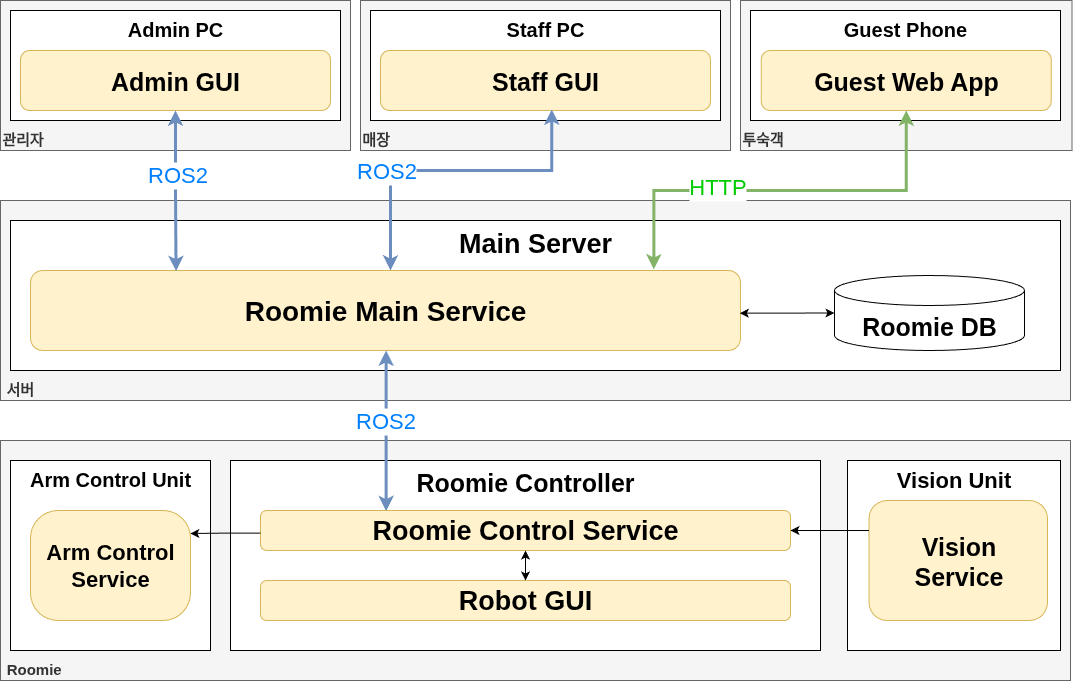
Earlier version of the draw.io export docs/architecture/software_architecture.png (jinhyuk2me/Roomie). Source tidied: cells renumbered, new cells last; positions are measured from the earlier drawing's top-left corner, leaving out a move shared by most shapes.
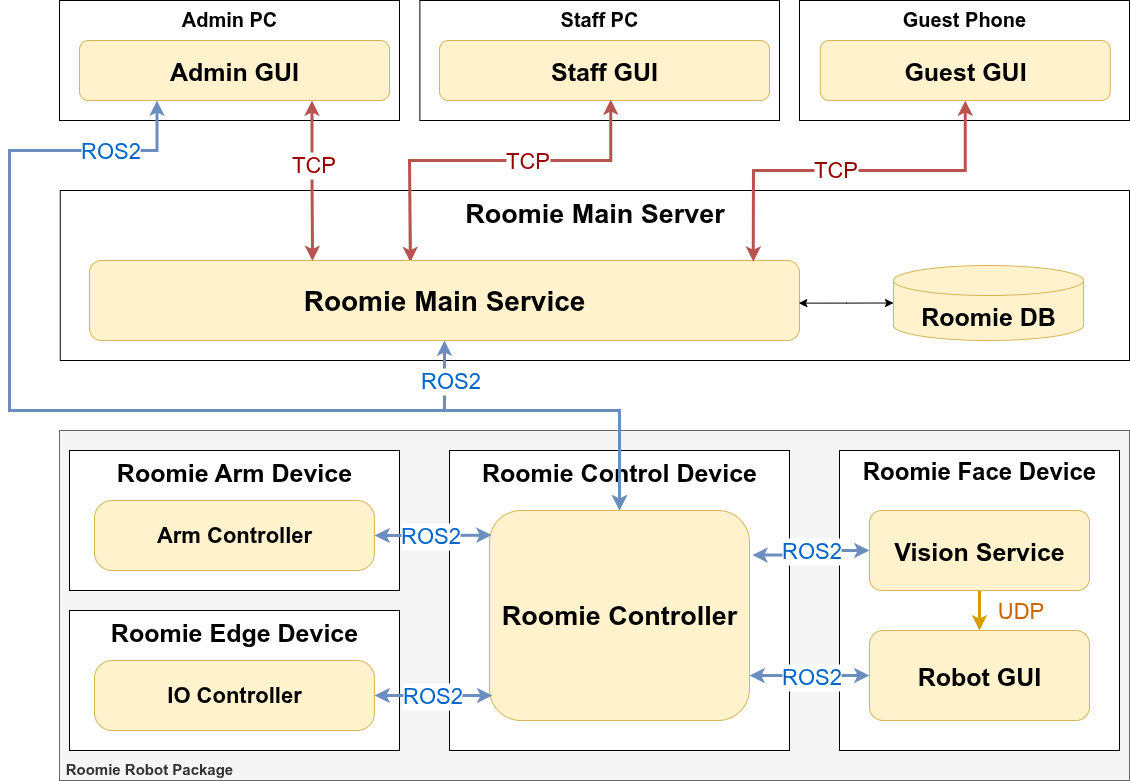
The same file after the commit.

What changed in the source:
```diff
@@ -2,128 +2,167 @@
   <root>
     <mxCell id="0" />
     <mxCell id="1" parent="0" />
-    <mxCell id="2" value="&lt;font style=&quot;font-size: 15px;&quot;&gt;&lt;span&gt;&amp;nbsp;&lt;/span&gt;&lt;/font&gt;&lt;div&gt;&lt;font style=&quot;font-size: 15px;&quot;&gt;&lt;span&gt;&amp;nbsp;Roomie&lt;/span&gt;&lt;/font&gt;&lt;/div&gt;" style="rounded=0;whiteSpace=wrap;html=1;verticalAlign=bottom;align=left;fillColor=#f5f5f5;strokeColor=#666666;fontStyle=1;fontColor=#333333;" parent="1" vertex="1">
-      <mxGeometry y="440" width="1070" height="240" as="geometry" />
-    </mxCell>
-    <mxCell id="3" value="Roomie Controller" style="rounded=1;whiteSpace=wrap;html=1;verticalAlign=top;fontSize=25;fontStyle=1;arcSize=0;" parent="1" vertex="1">
-      <mxGeometry x="230" y="460" width="590" height="190" as="geometry" />
-    </mxCell>
-    <mxCell id="4" value="Robot GUI" style="rounded=1;whiteSpace=wrap;html=1;verticalAlign=middle;fillColor=#fff2cc;strokeColor=#d6b656;fontStyle=1;fontSize=27;" parent="1" vertex="1">
-      <mxGeometry x="260" y="580" width="530" height="40" as="geometry" />
-    </mxCell>
-    <mxCell id="5" value="&lt;span style=&quot;font-size: 15px;&quot;&gt;매장&lt;/span&gt;" style="rounded=0;whiteSpace=wrap;html=1;verticalAlign=bottom;align=left;fillColor=#f5f5f5;strokeColor=#666666;fontStyle=1;fontColor=#333333;" parent="1" vertex="1">
-      <mxGeometry x="360" width="370" height="150" as="geometry" />
-    </mxCell>
-    <mxCell id="6" value="&lt;span style=&quot;font-size: 15px;&quot;&gt;투숙객&lt;/span&gt;" style="rounded=0;whiteSpace=wrap;html=1;verticalAlign=bottom;align=left;fillColor=#f5f5f5;strokeColor=#666666;fontStyle=1;fontColor=#333333;" parent="1" vertex="1">
-      <mxGeometry x="740" width="331.5" height="150" as="geometry" />
-    </mxCell>
-    <mxCell id="7" value="&lt;font style=&quot;font-size: 15px;&quot;&gt;&lt;span&gt;관리자&lt;/span&gt;&lt;/font&gt;" style="rounded=0;whiteSpace=wrap;html=1;verticalAlign=bottom;align=left;fillColor=#f5f5f5;strokeColor=#666666;fontStyle=1;fontColor=#333333;" parent="1" vertex="1">
-      <mxGeometry width="350" height="150" as="geometry" />
-    </mxCell>
-    <mxCell id="8" value="&lt;font style=&quot;font-size: 15px;&quot;&gt;&lt;span&gt;&amp;nbsp;서버&lt;/span&gt;&lt;/font&gt;" style="rounded=0;whiteSpace=wrap;html=1;verticalAlign=bottom;align=left;fillColor=#f5f5f5;strokeColor=#666666;fontStyle=1;fontColor=#333333;" parent="1" vertex="1">
-      <mxGeometry y="200" width="1070" height="200" as="geometry" />
-    </mxCell>
-    <mxCell id="9" value="Main Server" style="rounded=1;whiteSpace=wrap;html=1;verticalAlign=top;fontSize=27;fontStyle=1;arcSize=0;" parent="1" vertex="1">
-      <mxGeometry x="10" y="220" width="1050" height="150" as="geometry" />
-    </mxCell>
+    <mxCell id="35" value="&lt;font style=&quot;font-size: 15px;&quot;&gt;&lt;span&gt;&amp;nbsp;&lt;/span&gt;&lt;/font&gt;&lt;div&gt;&lt;font style=&quot;font-size: 15px;&quot;&gt;&lt;span&gt;&amp;nbsp;Roomie Robot Package&lt;/span&gt;&lt;/font&gt;&lt;/div&gt;" style="rounded=0;whiteSpace=wrap;html=1;verticalAlign=bottom;align=left;fillColor=#f5f5f5;strokeColor=#666666;fontStyle=1;fontColor=#333333;" parent="1" vertex="1">
+      <mxGeometry x="180" y="570" width="1070" height="350" as="geometry" />
+    </mxCell>
+    <mxCell id="36" value="Roomie Control Device" style="rounded=1;whiteSpace=wrap;html=1;verticalAlign=top;fontSize=25;fontStyle=1;arcSize=0;" parent="1" vertex="1">
+      <mxGeometry x="570" y="590" width="340" height="300" as="geometry" />
+    </mxCell>
+    <mxCell id="37" value="Roomie Main Server" style="rounded=1;whiteSpace=wrap;html=1;verticalAlign=top;fontSize=27;fontStyle=1;arcSize=0;" parent="1" vertex="1">
+      <mxGeometry x="180.8" y="330" width="1069.2" height="170" as="geometry" />
+    </mxCell>
     <mxCell id="10" value="Admin PC" style="rounded=1;whiteSpace=wrap;html=1;verticalAlign=top;fontSize=20;fontStyle=1;arcSize=0;" parent="1" vertex="1">
-      <mxGeometry x="10" y="10" width="330" height="110" as="geometry" />
+      <mxGeometry x="180" y="140" width="340" height="120" as="geometry" />
     </mxCell>
     <mxCell id="11" value="Staff PC" style="rounded=1;whiteSpace=wrap;html=1;verticalAlign=top;fontSize=20;fontStyle=1;arcSize=0;" parent="1" vertex="1">
-      <mxGeometry x="370" y="10" width="350" height="110" as="geometry" />
+      <mxGeometry x="540.4" y="140" width="359.6" height="120" as="geometry" />
     </mxCell>
     <mxCell id="12" value="Guest Phone" style="rounded=1;whiteSpace=wrap;html=1;verticalAlign=top;fontSize=20;fontStyle=1;arcSize=0;" parent="1" vertex="1">
-      <mxGeometry x="750" y="10" width="310" height="110" as="geometry" />
+      <mxGeometry x="920" y="140" width="330" height="120" as="geometry" />
     </mxCell>
-    <mxCell id="13" value="Vision Unit" style="rounded=1;whiteSpace=wrap;html=1;verticalAlign=top;fontSize=22;fontStyle=1;arcSize=0;" parent="1" vertex="1">
-      <mxGeometry x="847" y="460" width="213" height="190" as="geometry" />
-    </mxCell>
-    <mxCell id="14" value="Arm Control Unit" style="rounded=1;whiteSpace=wrap;html=1;verticalAlign=top;fontSize=20;fontStyle=1;arcSize=0;" parent="1" vertex="1">
-      <mxGeometry x="10" y="460" width="200" height="190" as="geometry" />
-    </mxCell>
+    <mxCell id="38" value="Roomie Face Device" style="rounded=1;whiteSpace=wrap;html=1;verticalAlign=top;fontSize=24;fontStyle=1;arcSize=0;" parent="1" vertex="1">
+      <mxGeometry x="960" y="590" width="280" height="300" as="geometry" />
+    </mxCell>
+    <mxCell id="39" value="&lt;font style=&quot;font-size: 25px;&quot;&gt;Roomie Arm Device&lt;/font&gt;" style="rounded=1;whiteSpace=wrap;html=1;verticalAlign=top;fontSize=22;fontStyle=1;arcSize=0;" parent="1" vertex="1">
+      <mxGeometry x="190" y="590" width="330" height="140" as="geometry" />
+    </mxCell>
     <mxCell id="15" value="&lt;span&gt;Admin GUI&lt;/span&gt;" style="rounded=1;whiteSpace=wrap;html=1;fillColor=#fff2cc;strokeColor=#d6b656;fontSize=25;fontStyle=1;" parent="1" vertex="1">
-      <mxGeometry x="20" y="50" width="310" height="60" as="geometry" />
+      <mxGeometry x="200" y="180" width="310" height="60" as="geometry" />
     </mxCell>
     <mxCell id="16" value="&lt;span&gt;Staff GUI&lt;/span&gt;" style="rounded=1;whiteSpace=wrap;html=1;fillColor=#fff2cc;strokeColor=#d6b656;fontSize=25;fontStyle=1;" parent="1" vertex="1">
-      <mxGeometry x="380" y="50" width="330" height="60" as="geometry" />
+      <mxGeometry x="560" y="180" width="330" height="60" as="geometry" />
     </mxCell>
+    <mxCell id="40" style="edgeStyle=orthogonalEdgeStyle;rounded=0;jettySize=auto;html=1;entryX=0.5;entryY=0;entryDx=0;entryDy=0;endArrow=classic;endFill=1;fillColor=#ffe6cc;strokeColor=#d79b00;strokeWidth=3;" parent="1" edge="1" source="17" target="4">
+      <mxGeometry relative="1" as="geometry" />
+    </mxCell>
+    <mxCell id="41" value="UDP" style="edgeLabel;html=1;align=center;verticalAlign=middle;fontColor=#CC6600;fontSize=22;" parent="40" vertex="1">
+      <mxGeometry x="-0.24" y="-2" relative="1" as="geometry">
+        <mxPoint x="42" y="5" as="offset" />
+      </mxGeometry>
+    </mxCell>
-    <mxCell id="17" value="&lt;b&gt;Vision&lt;/b&gt;&lt;div&gt;&lt;b&gt;Service&lt;/b&gt;&lt;/div&gt;" style="rounded=1;whiteSpace=wrap;html=1;verticalAlign=middle;fillColor=#fff2cc;strokeColor=#d6b656;fontSize=25;" parent="1" vertex="1">
-      <mxGeometry x="868.5" y="500" width="178.5" height="120" as="geometry" />
+    <mxCell id="17" value="&lt;b&gt;Vision&amp;nbsp;&lt;/b&gt;&lt;b style=&quot;background-color: transparent; color: light-dark(rgb(0, 0, 0), rgb(255, 255, 255));&quot;&gt;Service&lt;/b&gt;" style="rounded=1;whiteSpace=wrap;html=1;verticalAlign=middle;fillColor=#fff2cc;strokeColor=#d6b656;fontSize=25;" parent="1" vertex="1">
+      <mxGeometry x="990" y="650" width="220" height="80" as="geometry" />
     </mxCell>
-    <mxCell id="18" style="edgeStyle=orthogonalEdgeStyle;rounded=0;jettySize=auto;html=1;entryX=0.519;entryY=0.983;entryDx=0;entryDy=0;entryPerimeter=0;startArrow=classic;startFill=1;endArrow=classic;endFill=1;fillColor=#dae8fc;strokeColor=#6c8ebf;strokeWidth=3;" parent="1" edge="1" target="16">
-      <mxGeometry relative="1" as="geometry">
-        <mxPoint x="390" y="270" as="sourcePoint" />
-        <Array as="points">
-          <mxPoint x="390" y="270" />
-          <mxPoint x="390" y="170" />
-          <mxPoint x="551" y="170" />
-        </Array>
-      </mxGeometry>
-    </mxCell>
-    <mxCell id="19" value="&lt;b&gt;Arm Control&lt;/b&gt;&lt;div&gt;&lt;b&gt;Service&lt;/b&gt;&lt;/div&gt;" style="rounded=1;whiteSpace=wrap;html=1;fillColor=#fff2cc;strokeColor=#d6b656;verticalAlign=middle;arcSize=25;fontSize=22;" parent="1" vertex="1">
-      <mxGeometry x="30" y="510" width="160" height="110" as="geometry" />
-    </mxCell>
+    <mxCell id="42" style="edgeStyle=orthogonalEdgeStyle;rounded=0;jettySize=auto;html=1;entryX=0.519;entryY=0.983;entryDx=0;entryDy=0;entryPerimeter=0;startArrow=classic;startFill=1;endArrow=classic;endFill=1;fillColor=#f8cecc;strokeColor=#b85450;strokeWidth=3;exitX=0.452;exitY=0.021;exitDx=0;exitDy=0;exitPerimeter=0;" parent="1" edge="1" source="20" target="16">
+      <mxGeometry relative="1" as="geometry">
+        <Array as="points">
+          <mxPoint x="531" y="400" />
+          <mxPoint x="530" y="400" />
+          <mxPoint x="530" y="300" />
+          <mxPoint x="731" y="300" />
+        </Array>
+      </mxGeometry>
+    </mxCell>
+    <mxCell id="43" value="&lt;b&gt;Arm Controller&lt;/b&gt;" style="rounded=1;whiteSpace=wrap;html=1;fillColor=#fff2cc;strokeColor=#d6b656;verticalAlign=middle;arcSize=25;fontSize=22;" parent="1" vertex="1">
+      <mxGeometry x="215" y="640" width="280" height="70" as="geometry" />
+    </mxCell>
     <mxCell id="20" value="Roomie Main Service" style="rounded=1;whiteSpace=wrap;html=1;verticalAlign=middle;fillColor=#fff2cc;strokeColor=#d6b656;fontSize=28;fontStyle=1;" parent="1" vertex="1">
-      <mxGeometry x="30" y="270" width="710" height="80" as="geometry" />
+      <mxGeometry x="210" y="400" width="710" height="80" as="geometry" />
     </mxCell>
-    <mxCell id="21" value="&lt;font style=&quot;font-size: 25px;&quot;&gt;Roomie DB&lt;/font&gt;" style="shape=cylinder3;whiteSpace=wrap;html=1;boundedLbl=1;backgroundOutline=1;size=15;fontStyle=1;" parent="1" vertex="1">
-      <mxGeometry x="834" y="275" width="190" height="75" as="geometry" />
+    <mxCell id="21" value="&lt;font style=&quot;font-size: 25px;&quot;&gt;Roomie DB&lt;/font&gt;" style="shape=cylinder3;whiteSpace=wrap;html=1;boundedLbl=1;backgroundOutline=1;size=15;fontStyle=1;fillColor=#fff2cc;strokeColor=#d6b656;" parent="1" vertex="1">
+      <mxGeometry x="1014" y="405" width="190" height="75" as="geometry" />
     </mxCell>
-    <mxCell id="22" style="edgeStyle=orthogonalEdgeStyle;rounded=0;jettySize=auto;html=1;fillColor=#dae8fc;strokeColor=#6c8ebf;strokeWidth=3;startArrow=classic;startFill=1;exitX=0.237;exitY=0.015;exitDx=0;exitDy=0;exitPerimeter=0;" parent="1" edge="1" source="23" target="20">
-      <mxGeometry relative="1" as="geometry">
-        <Array as="points">
-          <mxPoint x="385" y="511" />
-        </Array>
-      </mxGeometry>
-    </mxCell>
-    <mxCell id="23" value="Roomie Control Service" style="rounded=1;whiteSpace=wrap;html=1;verticalAlign=middle;fillColor=#fff2cc;strokeColor=#d6b656;fontStyle=1;fontSize=27;" parent="1" vertex="1">
-      <mxGeometry x="260" y="510" width="530" height="40" as="geometry" />
-    </mxCell>
-    <mxCell id="24" style="edgeStyle=orthogonalEdgeStyle;rounded=0;jettySize=auto;html=1;entryX=0.999;entryY=0.209;entryDx=0;entryDy=0;exitX=0;exitY=0.565;exitDx=0;exitDy=0;exitPerimeter=0;entryPerimeter=0;" parent="1" edge="1" source="23" target="19">
-      <mxGeometry relative="1" as="geometry">
-        <Array as="points">
-          <mxPoint x="225" y="533" />
-        </Array>
-      </mxGeometry>
-    </mxCell>
-    <mxCell id="25" style="edgeStyle=orthogonalEdgeStyle;rounded=0;jettySize=auto;html=1;startArrow=classic;startFill=1;endArrow=none;endFill=0;entryX=0;entryY=0.25;entryDx=0;entryDy=0;" parent="1" edge="1" source="23" target="17">
-      <mxGeometry relative="1" as="geometry" />
-    </mxCell>
-    <mxCell id="26" style="edgeStyle=orthogonalEdgeStyle;rounded=0;jettySize=auto;html=1;entryX=0.5;entryY=0;entryDx=0;entryDy=0;startArrow=classic;startFill=1;" parent="1" edge="1" source="23" target="4">
-      <mxGeometry relative="1" as="geometry" />
-    </mxCell>
+    <mxCell id="44" style="edgeStyle=orthogonalEdgeStyle;rounded=0;jettySize=auto;html=1;entryX=0.5;entryY=1;entryDx=0;entryDy=0;startArrow=classic;startFill=1;strokeWidth=3;strokeColor=#6c8ebf;fillColor=#dae8fc;" parent="1" edge="1" source="3" target="20">
+      <mxGeometry relative="1" as="geometry">
+        <Array as="points">
+          <mxPoint x="740" y="550" />
+          <mxPoint x="565" y="550" />
+        </Array>
+      </mxGeometry>
+    </mxCell>
+    <mxCell id="45" style="edgeStyle=orthogonalEdgeStyle;rounded=0;jettySize=auto;html=1;entryX=0.25;entryY=1;entryDx=0;entryDy=0;fillColor=#dae8fc;strokeColor=#6c8ebf;startArrow=classic;startFill=1;strokeWidth=3;" parent="1" edge="1" source="3" target="15">
+      <mxGeometry relative="1" as="geometry">
+        <Array as="points">
+          <mxPoint x="740" y="550" />
+          <mxPoint x="130" y="550" />
+          <mxPoint x="130" y="290" />
+          <mxPoint x="278" y="290" />
+        </Array>
+      </mxGeometry>
+    </mxCell>
+    <mxCell id="46" value="ROS2" style="edgeLabel;html=1;align=center;verticalAlign=middle;fontSize=22;fontColor=#0066CC;" parent="45" vertex="1">
+      <mxGeometry x="0.85" y="4" relative="1" as="geometry">
+        <mxPoint x="-9" y="4" as="offset" />
+      </mxGeometry>
+    </mxCell>
+    <mxCell id="47" value="ROS2" style="edgeLabel;html=1;align=center;verticalAlign=middle;fontSize=22;fontColor=#0066CC;" parent="45" vertex="1">
+      <mxGeometry x="-0.55" y="-4" relative="1" as="geometry">
+        <mxPoint x="-6" y="-26" as="offset" />
+      </mxGeometry>
+    </mxCell>
+    <mxCell id="3" value="Roomie Controller" style="rounded=1;whiteSpace=wrap;html=1;verticalAlign=middle;fillColor=#fff2cc;strokeColor=#d6b656;fontStyle=1;fontSize=27;" parent="1" vertex="1">
+      <mxGeometry x="610" y="650" width="260" height="210" as="geometry" />
+    </mxCell>
     <mxCell id="27" style="edgeStyle=orthogonalEdgeStyle;rounded=0;jettySize=auto;html=1;entryX=0;entryY=0.5;entryDx=0;entryDy=0;entryPerimeter=0;exitX=0.999;exitY=0.533;exitDx=0;exitDy=0;exitPerimeter=0;startArrow=classic;startFill=1;" parent="1" edge="1" source="20" target="21">
       <mxGeometry relative="1" as="geometry" />
     </mxCell>
-    <mxCell id="28" style="edgeStyle=orthogonalEdgeStyle;rounded=0;jettySize=auto;html=1;entryX=0.205;entryY=0.008;entryDx=0;entryDy=0;entryPerimeter=0;exitX=0.5;exitY=1;exitDx=0;exitDy=0;fillColor=#dae8fc;strokeColor=#6c8ebf;startArrow=classic;startFill=1;endArrow=classic;endFill=1;strokeWidth=3;" parent="1" edge="1" source="15" target="20">
+    <mxCell id="28" style="edgeStyle=orthogonalEdgeStyle;rounded=0;jettySize=auto;html=1;entryX=0.314;entryY=0.005;entryDx=0;entryDy=0;entryPerimeter=0;exitX=0.75;exitY=1;exitDx=0;exitDy=0;fillColor=#f8cecc;strokeColor=#b85450;startArrow=classic;startFill=1;endArrow=classic;endFill=1;strokeWidth=3;" parent="1" edge="1" source="15" target="20">
       <mxGeometry relative="1" as="geometry" />
     </mxCell>
-    <mxCell id="29" value="ROS2" style="edgeLabel;html=1;align=center;verticalAlign=middle;fontColor=#007FFF;fontSize=22;" parent="28" vertex="1">
-      <mxGeometry x="-0.21" y="1" relative="1" as="geometry" />
-    </mxCell>
-    <mxCell id="30" value="&lt;span&gt;Guest Web App&lt;/span&gt;" style="rounded=1;whiteSpace=wrap;html=1;fillColor=#fff2cc;strokeColor=#d6b656;direction=south;fontSize=25;fontStyle=1;" parent="1" vertex="1">
-      <mxGeometry x="760.8" y="50" width="290" height="60" as="geometry" />
-    </mxCell>
-    <mxCell id="31" style="edgeStyle=orthogonalEdgeStyle;rounded=0;jettySize=auto;html=1;entryX=0.878;entryY=-0.014;entryDx=0;entryDy=0;fillColor=#d5e8d4;strokeColor=#82b366;strokeWidth=3;startArrow=classic;startFill=1;entryPerimeter=0;" parent="1" edge="1" source="30" target="20">
-      <mxGeometry relative="1" as="geometry">
-        <Array as="points">
-          <mxPoint x="906" y="190" />
-          <mxPoint x="653" y="190" />
-        </Array>
-      </mxGeometry>
-    </mxCell>
-    <mxCell id="32" value="ROS2" style="edgeLabel;html=1;align=center;verticalAlign=middle;fontColor=#007FFF;fontSize=22;" parent="1" vertex="1">
-      <mxGeometry x="385" y="170" as="geometry" />
-    </mxCell>
-    <mxCell id="33" value="HTTP" style="edgeLabel;html=1;align=center;verticalAlign=middle;fontColor=#00CC00;fontSize=22;" parent="1" vertex="1">
-      <mxGeometry x="740" y="180" as="geometry">
-        <mxPoint x="-24" y="6" as="offset" />
-      </mxGeometry>
-    </mxCell>
-    <mxCell id="34" value="ROS2" style="edgeLabel;html=1;align=center;verticalAlign=middle;fontColor=#007FFF;fontSize=22;" parent="1" vertex="1">
-      <mxGeometry x="426" y="420" as="geometry">
-        <mxPoint x="-42" as="offset" />
-      </mxGeometry>
-    </mxCell>
+    <mxCell id="48" value="TCP" style="edgeLabel;html=1;align=center;verticalAlign=middle;fontColor=#990000;fontSize=22;" parent="28" vertex="1">
+      <mxGeometry x="-0.21" y="1" relative="1" as="geometry" />
+    </mxCell>
+    <mxCell id="49" value="&lt;span&gt;Guest GUI&lt;/span&gt;" style="rounded=1;whiteSpace=wrap;html=1;fillColor=#fff2cc;strokeColor=#d6b656;direction=south;fontSize=25;fontStyle=1;" parent="1" vertex="1">
+      <mxGeometry x="940.8" y="180" width="290" height="60" as="geometry" />
+    </mxCell>
+    <mxCell id="50" style="edgeStyle=orthogonalEdgeStyle;rounded=0;jettySize=auto;html=1;entryX=0.935;entryY=0.015;entryDx=0;entryDy=0;fillColor=#f8cecc;strokeColor=#b85450;strokeWidth=3;startArrow=classic;startFill=1;entryPerimeter=0;" parent="1" edge="1" source="49" target="20">
+      <mxGeometry relative="1" as="geometry">
+        <Array as="points">
+          <mxPoint x="1086" y="310" />
+          <mxPoint x="874" y="310" />
+        </Array>
+      </mxGeometry>
+    </mxCell>
+    <mxCell id="51" value="TCP" style="edgeLabel;html=1;align=center;verticalAlign=middle;fontColor=#990000;fontSize=22;" parent="1" vertex="1">
+      <mxGeometry x="648" y="302" as="geometry">
+        <mxPoint x="-1" y="-2" as="offset" />
+      </mxGeometry>
+    </mxCell>
+    <mxCell id="52" value="TCP" style="edgeLabel;html=1;align=center;verticalAlign=middle;fontColor=#990000;fontSize=22;" parent="1" vertex="1">
+      <mxGeometry x="974" y="310" as="geometry">
+        <mxPoint x="-19" y="-1" as="offset" />
+      </mxGeometry>
+    </mxCell>
+    <mxCell id="4" value="&lt;b&gt;Robot GUI&lt;/b&gt;" style="rounded=1;whiteSpace=wrap;html=1;verticalAlign=middle;fillColor=#fff2cc;strokeColor=#d6b656;fontSize=25;" parent="1" vertex="1">
+      <mxGeometry x="990" y="770" width="220" height="90" as="geometry" />
+    </mxCell>
+    <mxCell id="53" value="Roomie Edge Device" style="rounded=1;whiteSpace=wrap;html=1;verticalAlign=top;fontSize=25;fontStyle=1;arcSize=0;" parent="1" vertex="1">
+      <mxGeometry x="190" y="750" width="330" height="140" as="geometry" />
+    </mxCell>
+    <mxCell id="54" value="&lt;b&gt;IO Controller&lt;/b&gt;" style="rounded=1;whiteSpace=wrap;html=1;fillColor=#fff2cc;strokeColor=#d6b656;verticalAlign=middle;arcSize=25;fontSize=22;" parent="1" vertex="1">
+      <mxGeometry x="215" y="800" width="280" height="70" as="geometry" />
+    </mxCell>
+    <mxCell id="55" style="edgeStyle=orthogonalEdgeStyle;rounded=0;jettySize=auto;html=1;entryX=0.011;entryY=0.881;entryDx=0;entryDy=0;entryPerimeter=0;startArrow=classic;startFill=1;fillColor=#dae8fc;strokeColor=#6c8ebf;strokeWidth=3;" parent="1" edge="1" source="54" target="3">
+      <mxGeometry relative="1" as="geometry" />
+    </mxCell>
+    <mxCell id="56" value="ROS2" style="edgeLabel;html=1;align=center;verticalAlign=middle;fontColor=#0066CC;fontSize=22;" parent="55" vertex="1">
+      <mxGeometry x="-0.19" y="1" relative="1" as="geometry">
+        <mxPoint x="9" y="1" as="offset" />
+      </mxGeometry>
+    </mxCell>
+    <mxCell id="57" style="edgeStyle=orthogonalEdgeStyle;rounded=0;jettySize=auto;html=1;entryX=0.008;entryY=0.117;entryDx=0;entryDy=0;entryPerimeter=0;startArrow=classic;startFill=1;fillColor=#dae8fc;strokeColor=#6c8ebf;strokeWidth=3;" parent="1" edge="1" source="43" target="3">
+      <mxGeometry relative="1" as="geometry" />
+    </mxCell>
+    <mxCell id="58" value="ROS2" style="edgeLabel;html=1;align=center;verticalAlign=middle;fontSize=22;fontColor=#0066CC;" parent="57" vertex="1">
+      <mxGeometry x="-0.19" y="-3" relative="1" as="geometry">
+        <mxPoint x="8" y="-3" as="offset" />
+      </mxGeometry>
+    </mxCell>
+    <mxCell id="59" style="edgeStyle=orthogonalEdgeStyle;rounded=0;jettySize=auto;html=1;entryX=1.011;entryY=0.212;entryDx=0;entryDy=0;entryPerimeter=0;fillColor=#dae8fc;strokeColor=#6c8ebf;strokeWidth=3;startArrow=classic;startFill=1;" parent="1" edge="1" source="17" target="3">
+      <mxGeometry relative="1" as="geometry" />
+    </mxCell>
+    <mxCell id="60" value="ROS2" style="edgeLabel;html=1;align=center;verticalAlign=middle;fontSize=22;fontColor=#0066CC;" parent="59" vertex="1">
+      <mxGeometry x="-0.08" relative="1" as="geometry">
+        <mxPoint x="-3" as="offset" />
+      </mxGeometry>
+    </mxCell>
+    <mxCell id="61" style="edgeStyle=orthogonalEdgeStyle;rounded=0;jettySize=auto;html=1;entryX=1;entryY=0.786;entryDx=0;entryDy=0;entryPerimeter=0;startArrow=classic;startFill=1;fillColor=#dae8fc;strokeColor=#6c8ebf;strokeWidth=3;" parent="1" edge="1" source="4" target="3">
+      <mxGeometry relative="1" as="geometry" />
+    </mxCell>
+    <mxCell id="62" value="ROS2" style="edgeLabel;html=1;align=center;verticalAlign=middle;fontSize=22;fontColor=#0066CC;" parent="1" vertex="1">
+      <mxGeometry x="936.8" y="817" as="geometry">
+        <mxPoint x="-5" y="-1" as="offset" />
+      </mxGeometry>
+    </mxCell>
   </root>
 </mxGraphModel>
```
